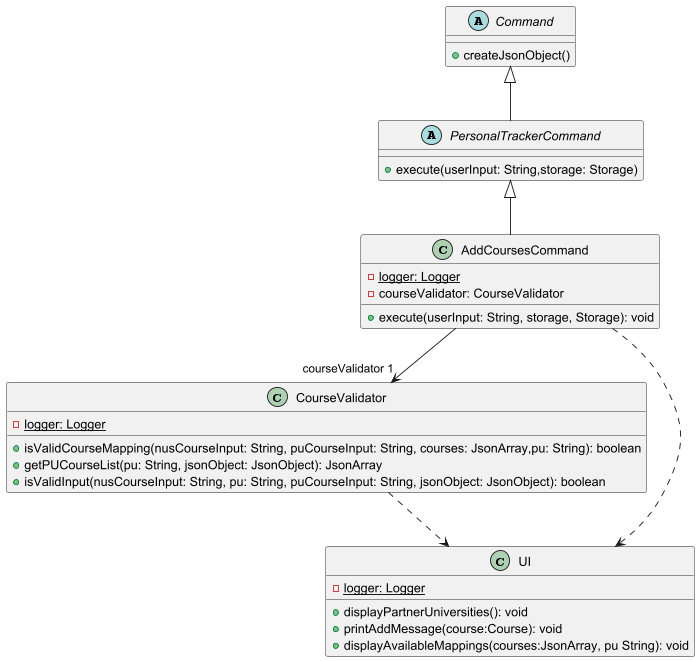
nus-cs2113-AY2425S1/tp keeps this PlantUML diagram as docs/images/CourseValidatorClass.png. Above is the earlier version.
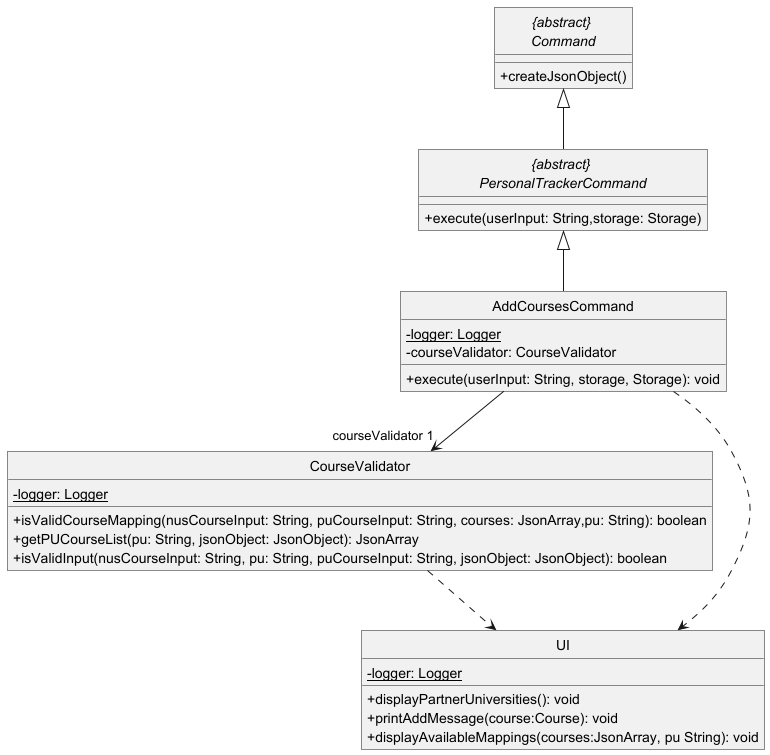
The same file after the commit.

What changed in the source:
```diff
@@ -1,5 +1,5 @@
 @startuml
-
+!include .ClassDiagram.config
 class CourseValidator {
     -logger: Logger {static}
     +isValidCourseMapping(nusCourseInput: String, puCourseInput: String, courses: JsonArray,pu: String): boolean
@@ -20,11 +20,11 @@
     +execute(userInput: String, storage, Storage): void
 }
 
-abstract class PersonalTrackerCommand extends Command{
+abstract class PersonalTrackerCommand as "{abstract} \nPersonalTrackerCommand" extends Command{
     +execute(userInput: String,storage: Storage)
 }
 
-abstract class Command{
+abstract class Command as "{abstract} \nCommand"{
     +createJsonObject()
 }
 
```
